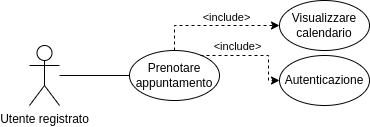
Before: D2/media/rf2.png, a diagram exported from draw.io (T45-IS-UNITN/Documentazione). Source tidied: cells renumbered, new cells last; positions are measured from the earlier drawing's top-left corner, leaving out a move shared by most shapes.
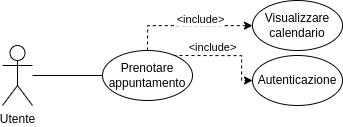
After the commit.

Change to the diagram source:
```diff
@@ -2,7 +2,7 @@
   <root>
     <mxCell id="0" />
     <mxCell id="1" value="rf2" parent="0" />
-    <mxCell id="2" value="Utente registrato" style="shape=umlActor;verticalLabelPosition=bottom;verticalAlign=top;html=1;outlineConnect=0;" parent="1" vertex="1">
+    <mxCell id="2" value="Utente" style="shape=umlActor;verticalLabelPosition=bottom;verticalAlign=top;html=1;outlineConnect=0;" parent="1" vertex="1">
       <mxGeometry y="45" width="30" height="60" as="geometry" />
     </mxCell>
     <mxCell id="3" style="edgeStyle=orthogonalEdgeStyle;rounded=0;jumpStyle=none;jettySize=auto;html=1;dashed=1;endArrow=classic;endFill=1;" parent="1" edge="1" source="5" target="7">
```
